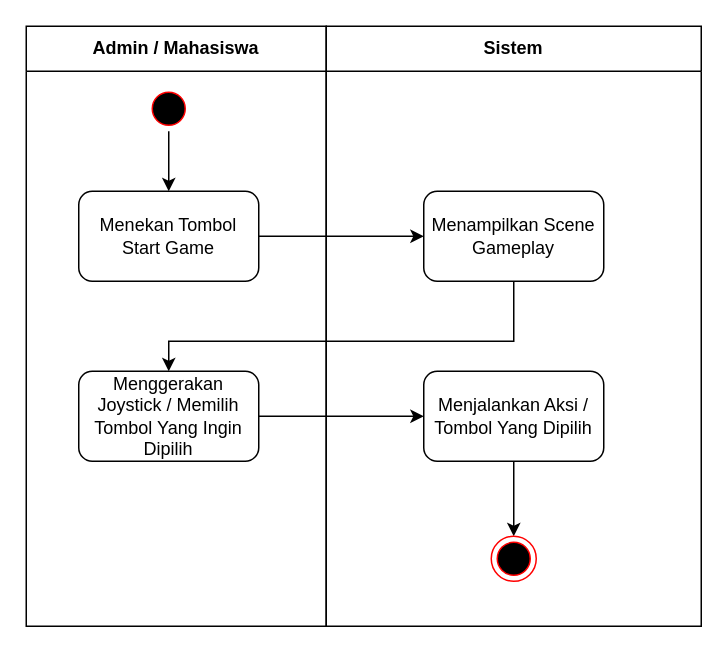
The draw.io diagram skripsi/skripsi/gambar/BAB III/Activity Diagram/Activity Diagram Gameplay - Action.drawio in hako-975/UNPAM-File, before the edit. Source tidied: cells renumbered, new cells numbered last; positions are measured from the earlier drawing's top-left corner, leaving out a move shared by most shapes. Both pictures are drawn from the tidied source at 150%, with x=0, y=0 at pixel (26, 26).
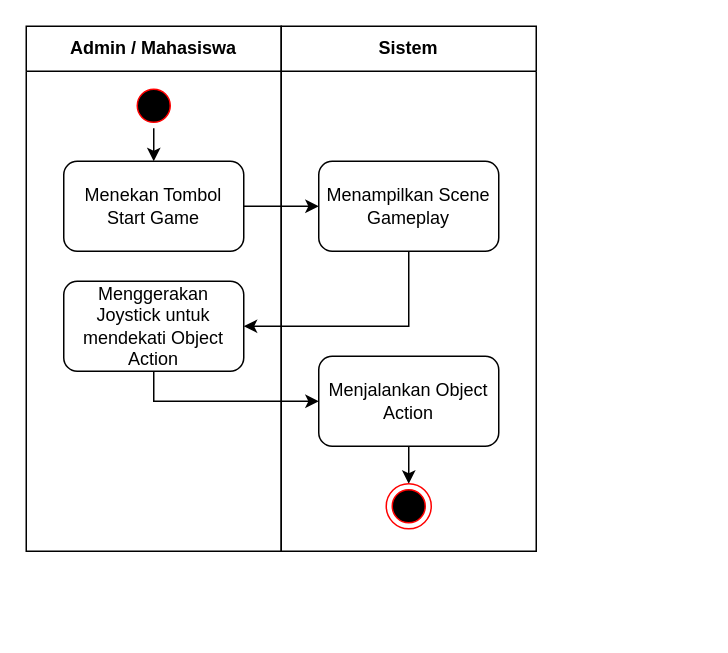
The same page after the edit.

Change to the diagram source:
```diff
@@
 <mxGraphModel>
   <root>
     <mxCell id="0" />
     <mxCell id="1" parent="0" />
     <mxCell id="2" value="Admin / Mahasiswa" style="swimlane;whiteSpace=wrap;html=1;startSize=30;" parent="1" vertex="1">
-      <mxGeometry width="200" height="400" as="geometry" />
+      <mxGeometry width="170" height="350" as="geometry" />
     </mxCell>
     <mxCell id="3" style="edgeStyle=orthogonalEdgeStyle;rounded=0;jettySize=auto;html=1;entryX=0.5;entryY=0;entryDx=0;entryDy=0;" parent="2" edge="1" source="4" target="5">
       <mxGeometry relative="1" as="geometry" />
     </mxCell>
     <mxCell id="4" style="ellipse;html=1;shape=startState;fillColor=#000000;strokeColor=#ff0000;" parent="2" vertex="1">
-      <mxGeometry x="80" y="40" width="30" height="30" as="geometry" />
+      <mxGeometry x="70" y="38" width="30" height="30" as="geometry" />
     </mxCell>
     <mxCell id="5" value="Menekan Tombol Start Game" style="whiteSpace=wrap;html=1;rounded=1;" parent="2" vertex="1">
-      <mxGeometry x="35" y="110" width="120" height="60" as="geometry" />
+      <mxGeometry x="25" y="90" width="120" height="60" as="geometry" />
     </mxCell>
-    <mxCell id="6" value="Menggerakan Joystick / Memilih Tombol Yang Ingin Dipilih" style="whiteSpace=wrap;html=1;rounded=1;" parent="2" vertex="1">
-      <mxGeometry x="35" y="230" width="120" height="60" as="geometry" />
+    <mxCell id="6" value="Menggerakan Joystick untuk mendekati Object Action" style="whiteSpace=wrap;html=1;rounded=1;" parent="2" vertex="1">
+      <mxGeometry x="25" y="170" width="120" height="60" as="geometry" />
     </mxCell>
     <mxCell id="7" value="Sistem" style="swimlane;whiteSpace=wrap;html=1;startSize=30;" parent="1" vertex="1">
-      <mxGeometry x="200" width="250" height="400" as="geometry" />
+      <mxGeometry x="170" width="170" height="350" as="geometry" />
     </mxCell>
     <mxCell id="8" value="Menampilkan Scene Gameplay" style="whiteSpace=wrap;html=1;rounded=1;" parent="7" vertex="1">
-      <mxGeometry x="65" y="110" width="120" height="60" as="geometry" />
+      <mxGeometry x="25" y="90" width="120" height="60" as="geometry" />
     </mxCell>
     <mxCell id="9" style="edgeStyle=orthogonalEdgeStyle;rounded=0;jettySize=auto;html=1;entryX=0.5;entryY=0;entryDx=0;entryDy=0;" parent="7" edge="1" source="10" target="11">
       <mxGeometry relative="1" as="geometry" />
     </mxCell>
-    <mxCell id="10" value="Menjalankan Aksi / Tombol Yang Dipilih" style="whiteSpace=wrap;html=1;rounded=1;" parent="7" vertex="1">
-      <mxGeometry x="65" y="230" width="120" height="60" as="geometry" />
+    <mxCell id="10" value="Menjalankan Object Action" style="whiteSpace=wrap;html=1;rounded=1;" parent="7" vertex="1">
+      <mxGeometry x="25" y="220" width="120" height="60" as="geometry" />
     </mxCell>
     <mxCell id="11" style="ellipse;html=1;shape=endState;fillColor=#000000;strokeColor=#ff0000;" parent="7" vertex="1">
-      <mxGeometry x="110" y="340" width="30" height="30" as="geometry" />
+      <mxGeometry x="70" y="305" width="30" height="30" as="geometry" />
     </mxCell>
     <mxCell id="12" style="edgeStyle=orthogonalEdgeStyle;rounded=0;jettySize=auto;html=1;exitX=1;exitY=0.5;exitDx=0;exitDy=0;entryX=0;entryY=0.5;entryDx=0;entryDy=0;" parent="1" edge="1" source="5" target="8">
       <mxGeometry relative="1" as="geometry" />
     </mxCell>
-    <mxCell id="13" style="edgeStyle=orthogonalEdgeStyle;rounded=0;jettySize=auto;html=1;entryX=0.5;entryY=0;entryDx=0;entryDy=0;exitX=0.5;exitY=1;exitDx=0;exitDy=0;" parent="1" edge="1" source="8" target="6">
+    <mxCell id="13" style="edgeStyle=orthogonalEdgeStyle;rounded=0;jettySize=auto;html=1;entryX=1;entryY=0.5;entryDx=0;entryDy=0;exitX=0.5;exitY=1;exitDx=0;exitDy=0;" parent="1" edge="1" source="8" target="6">
       <mxGeometry relative="1" as="geometry">
         <Array as="points">
-          <mxPoint x="325" y="210" />
-          <mxPoint x="95" y="210" />
+          <mxPoint x="255" y="200" />
         </Array>
       </mxGeometry>
     </mxCell>
-    <mxCell id="14" style="edgeStyle=orthogonalEdgeStyle;rounded=0;jettySize=auto;html=1;entryX=0;entryY=0.5;entryDx=0;entryDy=0;" parent="1" edge="1" source="6" target="10">
+    <mxCell id="14" style="edgeStyle=orthogonalEdgeStyle;rounded=0;jettySize=auto;html=1;entryX=0;entryY=0.5;entryDx=0;entryDy=0;exitX=0.5;exitY=1;exitDx=0;exitDy=0;" parent="1" edge="1" source="6" target="10">
       <mxGeometry relative="1" as="geometry" />
     </mxCell>
   </root>
 </mxGraphModel>
```
